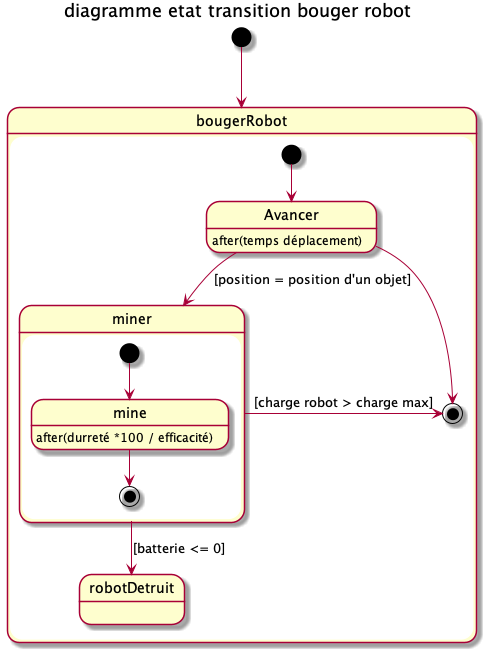
Before: files/uml/digrammeEtatTransition_bougerRobot.png, a diagram exported from PlantUML (AlphaBooy/Mars-Robot). Its diagram source:
```plantuml
@startuml digrammeEtatTransition_bougerRobot
title diagramme etat transition bouger robot
[*] --> bougerRobot
state bougerRobot {
    state Avancer: after(temps déplacement)
    [*] --> Avancer
    Avancer --> miner : [position = position d'un objet]
    Avancer --> [*]
    state miner {
        [*] --> mine
        mine : after(durreté *100 / efficacité)
        mine --> [*]
    }
    miner -> [*] : [charge robot > charge max]
    miner --> robotDetruit : [batterie <= 0]
}
@enduml
```
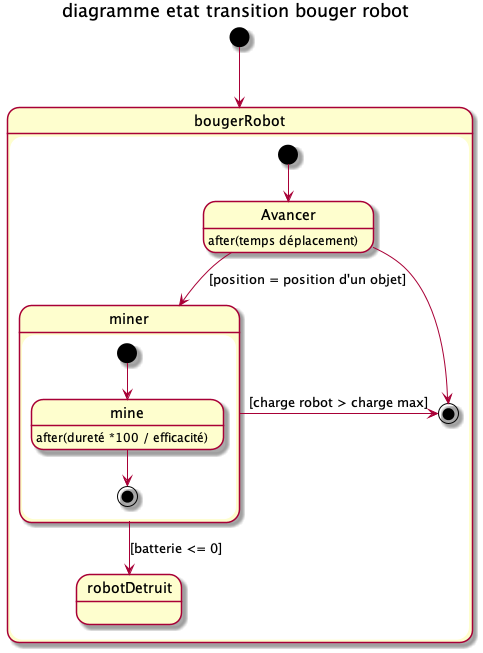
Above is the later version.

What changed in the source:
```diff
@@ -8,7 +8,7 @@
     Avancer --> [*]
     state miner {
         [*] --> mine
-        mine : after(durreté *100 / efficacité)
+        mine : after(dureté *100 / efficacité)
         mine --> [*]
     }
     miner -> [*] : [charge robot > charge max]
```
